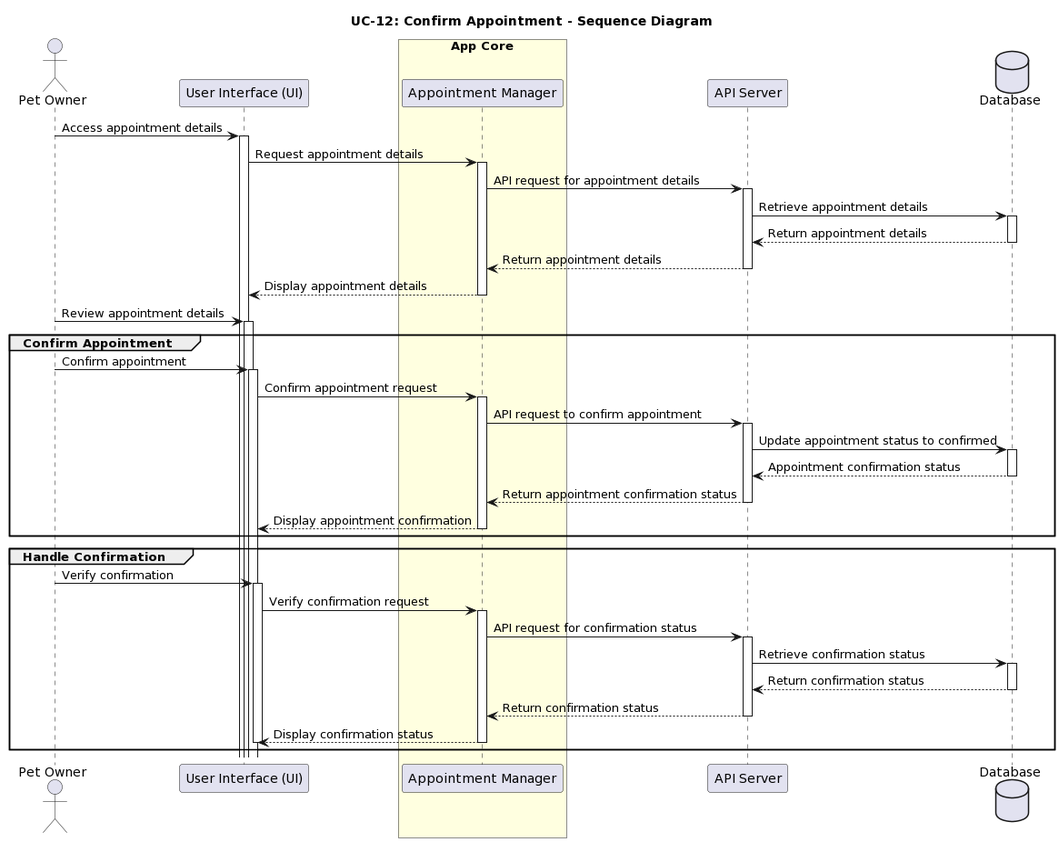
Earlier version of the PlantUML export Documents/PlantUML/UC-12_SEQUENCE_Diagram.png (IrenePorta/PetSitters).
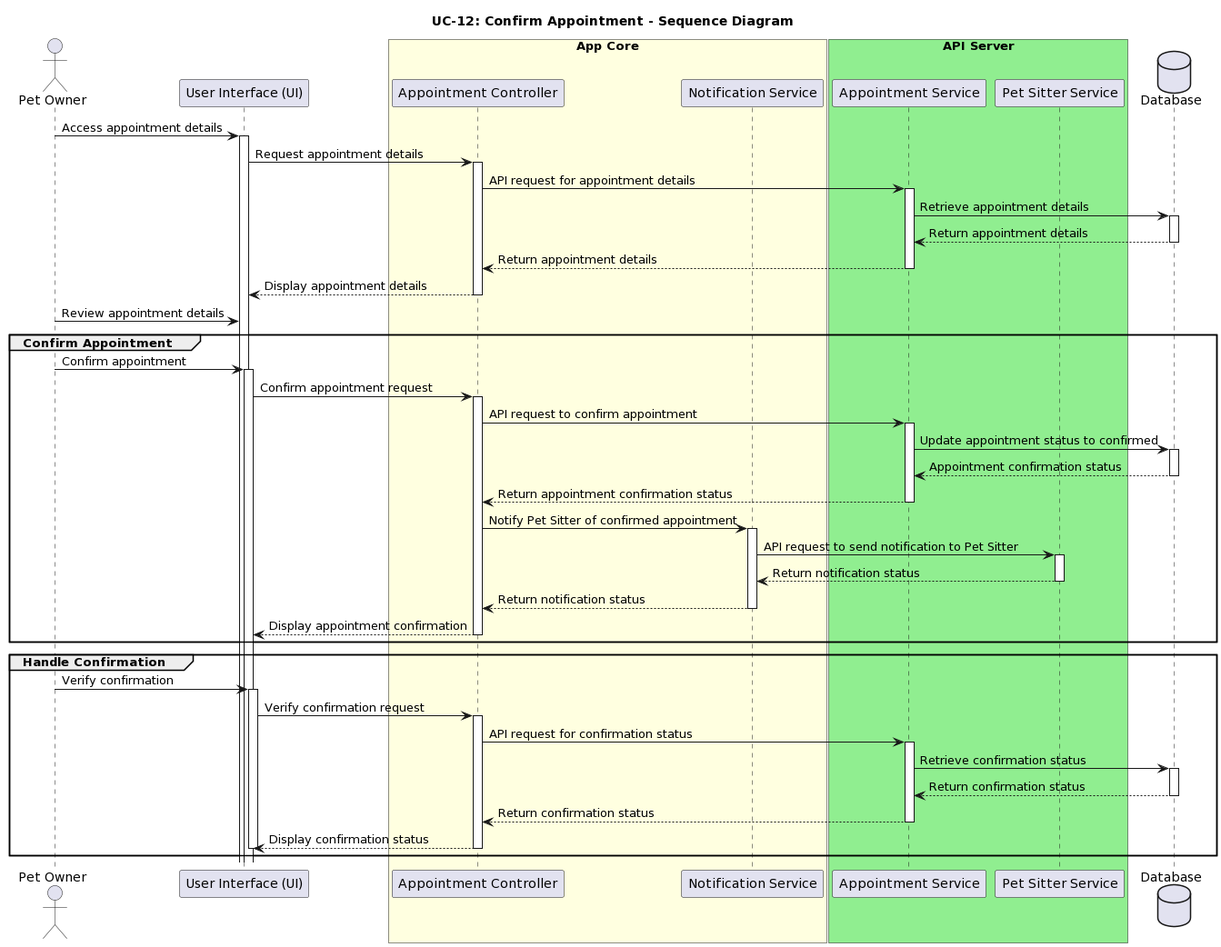
After the change.

What changed in the source:
```diff
@@ -1,62 +1,97 @@
 @startuml
-title: UC-12: Confirm Appointment - Sequence Diagram
+title UC-12: Confirm Appointment - Sequence Diagram
+
 actor "Pet Owner" as owner
 participant "User Interface (UI)" as ui
 box "App Core" #LightYellow
-  participant "Appointment Manager" as core
+  participant "Appointment Controller" as appCtrl
+  participant "Notification Service" as notifService
 end box
-participant "API Server" as server
+box "API Server" #LightGreen
+  participant "Appointment Service" as appService
+  participant "Pet Sitter Service" as sitterService
+end box
 database "Database" as db
 
 owner -> ui: Access appointment details
 activate ui
-ui -> core: Request appointment details
-activate core
-core -> server: API request for appointment details
-activate server
-server -> db: Retrieve appointment details
+
+ui -> appCtrl: Request appointment details
+activate appCtrl
+
+appCtrl -> appService: API request for appointment details
+activate appService
+
+appService -> db: Retrieve appointment details
 activate db
-db --> server: Return appointment details
+
+db --> appService: Return appointment details
 deactivate db
-server --> core: Return appointment details
-deactivate server
-core --> ui: Display appointment details
-deactivate core
+
+appService --> appCtrl: Return appointment details
+deactivate appService
+
+appCtrl --> ui: Display appointment details
+deactivate appCtrl
+
 owner -> ui: Review appointment details
-activate ui
 
 group Confirm Appointment
     owner -> ui: Confirm appointment
     activate ui
-    ui -> core: Confirm appointment request
-    activate core
-    core -> server: API request to confirm appointment
-    activate server
-    server -> db: Update appointment status to confirmed
+
+    ui -> appCtrl: Confirm appointment request
+    activate appCtrl
+
+    appCtrl -> appService: API request to confirm appointment
+    activate appService
+
+    appService -> db: Update appointment status to confirmed
     activate db
-    db --> server: Appointment confirmation status
+
+    db --> appService: Appointment confirmation status
     deactivate db
-    server --> core: Return appointment confirmation status
-    deactivate server
-    core --> ui: Display appointment confirmation
-    deactivate core
+
+    appService --> appCtrl: Return appointment confirmation status
+    deactivate appService
+
+    appCtrl -> notifService: Notify Pet Sitter of confirmed appointment
+    activate notifService
+
+    notifService -> sitterService: API request to send notification to Pet Sitter
+    activate sitterService
+
+    sitterService --> notifService: Return notification status
+    deactivate sitterService
+
+    notifService --> appCtrl: Return notification status
+    deactivate notifService
+
+    appCtrl --> ui: Display appointment confirmation
+    deactivate appCtrl
 end group
 
 group Handle Confirmation
     owner -> ui: Verify confirmation
     activate ui
-    ui -> core: Verify confirmation request
-    activate core
-    core -> server: API request for confirmation status
-    activate server
-    server -> db: Retrieve confirmation status
+
+    ui -> appCtrl: Verify confirmation request
+    activate appCtrl
+
+    appCtrl -> appService: API request for confirmation status
+    activate appService
+
+    appService -> db: Retrieve confirmation status
     activate db
-    db --> server: Return confirmation status
+
+    db --> appService: Return confirmation status
     deactivate db
-    server --> core: Return confirmation status
-    deactivate server
-    core --> ui: Display confirmation status
-    deactivate core
+
+    appService --> appCtrl: Return confirmation status
+    deactivate appService
+
+    appCtrl --> ui: Display confirmation status
+    deactivate appCtrl
     deactivate ui
 end group
 @enduml
```
